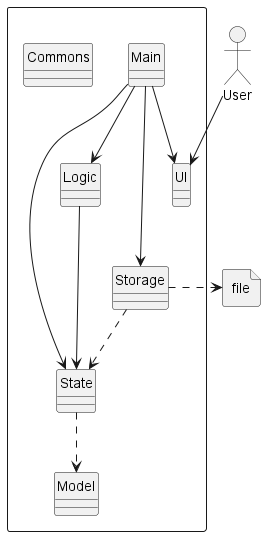
This is docs/images/Architecture.png from nus-cs2113-AY2223S1/tp, a PlantUML export, as it was before one commit.
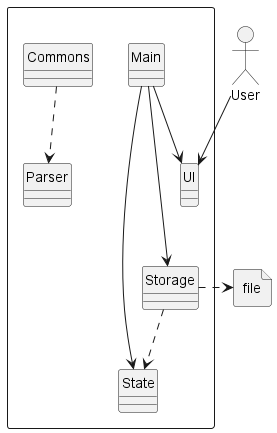
After the change.

The edit, as a diff of the source:
```diff
@@ -5,12 +5,11 @@
 
 Package " "<<Rectangle>>{
     Class UI
-    Class Logic
     Class Storage
     Class State
     Class Main
-    Class Model
     Class Commons
+    Class Parser
 }
 
 actor "User" as User
@@ -19,11 +18,8 @@
 Main --> UI
 Main -> State
 Main ---> Storage
-Main -> Logic
 
-Logic -> State
-
-State ..> Model
+Commons .down.> Parser
 
 Storage ..> State
 Storage .right.>File
```
